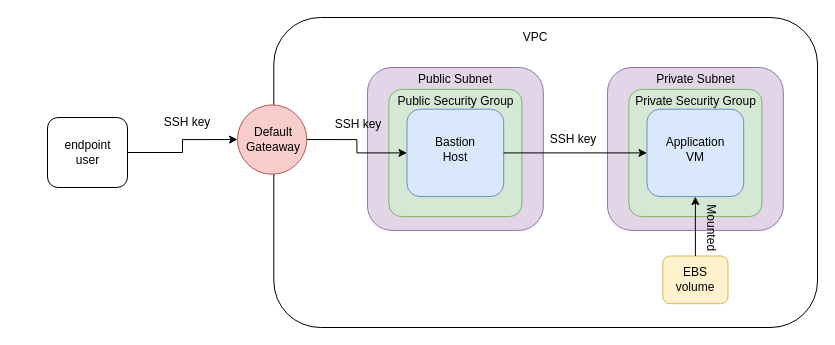
Above: Untitled Diagram.drawio in shiri2001/training (draw.io), before the change. Source tidied: cells renumbered, new cells numbered last; positions are measured from the earlier drawing's top-left corner, leaving out a move shared by most shapes. Both pictures are drawn from the tidied source at 100%, with x=0, y=0 at pixel (47, 17).
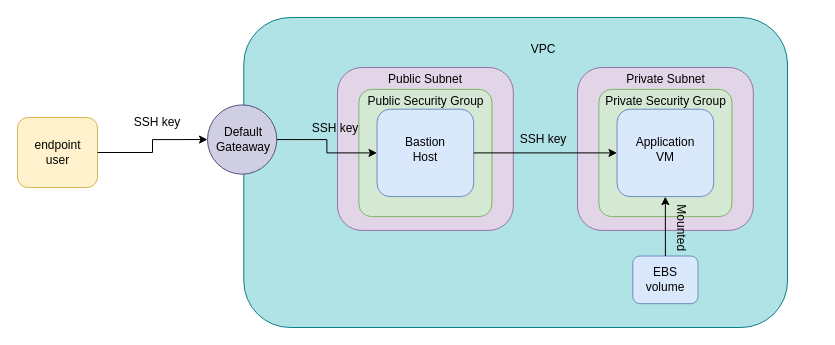
The same diagram, later.

The change refers to these unchanged cells:
```xml
<mxCell id="13" style="group;" parent="2" vertex="1">
  <mxGeometry x="130" y="50" width="175.8" height="162.9" as="geometry" />
</mxCell>
<mxCell id="20" style="group;" parent="2" vertex="1">
  <mxGeometry y="87.4" width="72.5" height="69.6" as="geometry" />
</mxCell>
<mxCell id="23" style="group;" parent="2" vertex="1">
  <mxGeometry x="425.3" y="238.5" width="65.2" height="47.7" as="geometry" />
</mxCell>
```

The edit, as a diff of the source:
```diff
@@
+    <mxCell id="36" style="group;" parent="1" vertex="1">
+      <mxGeometry x="-30" width="770" height="310" as="geometry" />
+    </mxCell>
-    <mxCell id="2" style="group;" parent="1" vertex="1">
+    <mxCell id="2" style="group;" parent="36" vertex="1">
       <mxGeometry x="190" width="580" height="310" as="geometry" />
     </mxCell>
-    <mxCell id="3" style="rounded=1;whiteSpace=wrap;html=1;" parent="2" vertex="1">
+    <mxCell id="3" style="rounded=1;whiteSpace=wrap;html=1;fillColor=#b0e3e6;strokeColor=#0e8088;" parent="2" vertex="1">
       <mxGeometry x="36.3" width="543.7" height="310" as="geometry" />
     </mxCell>
     <mxCell id="4" value="VPC" style="text;html=1;strokeColor=none;fillColor=none;align=center;verticalAlign=middle;whiteSpace=wrap;rounded=0;" parent="2" vertex="1">
-      <mxGeometry x="274" y="7.9" width="48.4" height="23.8" as="geometry" />
+      <mxGeometry x="311.6" y="20" width="48.4" height="23.8" as="geometry" />
     </mxCell>
@@
+    <mxCell id="35" value="SSH key" style="text;html=1;strokeColor=none;fillColor=none;align=center;verticalAlign=middle;whiteSpace=wrap;rounded=0;" parent="13" vertex="1">
+      <mxGeometry x="-32.3" y="45.7" width="60" height="30" as="geometry" />
+    </mxCell>
@@
-    <mxCell id="21" style="ellipse;whiteSpace=wrap;html=1;fillColor=#f8cecc;strokeColor=#b85450;" parent="20" vertex="1">
+    <mxCell id="21" style="ellipse;whiteSpace=wrap;html=1;fillColor=#d0cee2;strokeColor=#56517e;" parent="20" vertex="1">
       <mxGeometry width="69.3" height="69.3" as="geometry" />
     </mxCell>
@@
-    <mxCell id="24" style="rounded=1;whiteSpace=wrap;html=1;fillColor=#fff2cc;strokeColor=#d6b656;" parent="23" vertex="1">
+    <mxCell id="24" style="rounded=1;whiteSpace=wrap;html=1;fillColor=#dae8fc;strokeColor=#6c8ebf;" parent="23" vertex="1">
       <mxGeometry width="65.2" height="47.7" as="geometry" />
     </mxCell>
@@
-    <mxCell id="30" style="group;" parent="1" vertex="1">
+    <mxCell id="30" style="group;" parent="36" vertex="1">
       <mxGeometry y="100" width="80" height="70" as="geometry" />
     </mxCell>
-    <mxCell id="31" style="rounded=1;whiteSpace=wrap;html=1;" parent="30" vertex="1">
+    <mxCell id="31" style="rounded=1;whiteSpace=wrap;html=1;fillColor=#fff2cc;strokeColor=#d6b656;" parent="30" vertex="1">
       <mxGeometry width="80" height="70" as="geometry" />
     </mxCell>
@@
-    <mxCell id="33" style="edgeStyle=orthogonalEdgeStyle;rounded=0;jettySize=auto;html=1;exitX=1;exitY=0.5;exitDx=0;exitDy=0;entryX=0;entryY=0.5;entryDx=0;entryDy=0;" parent="1" edge="1" source="31" target="21">
+    <mxCell id="33" style="edgeStyle=orthogonalEdgeStyle;rounded=0;jettySize=auto;html=1;exitX=1;exitY=0.5;exitDx=0;exitDy=0;entryX=0;entryY=0.5;entryDx=0;entryDy=0;" parent="36" edge="1" source="31" target="21">
       <mxGeometry relative="1" as="geometry" />
     </mxCell>
-    <mxCell id="34" value="SSH key" style="text;html=1;strokeColor=none;fillColor=none;align=center;verticalAlign=middle;whiteSpace=wrap;rounded=0;" parent="1" vertex="1">
+    <mxCell id="34" value="SSH key" style="text;html=1;strokeColor=none;fillColor=none;align=center;verticalAlign=middle;whiteSpace=wrap;rounded=0;" parent="36" vertex="1">
       <mxGeometry x="110" y="90" width="60" height="30" as="geometry" />
     </mxCell>
-    <mxCell id="35" value="SSH key" style="text;html=1;strokeColor=none;fillColor=none;align=center;verticalAlign=middle;whiteSpace=wrap;rounded=0;" parent="1" vertex="1">
-      <mxGeometry x="281.4" y="91.7" width="60" height="30" as="geometry" />
-    </mxCell>
```
